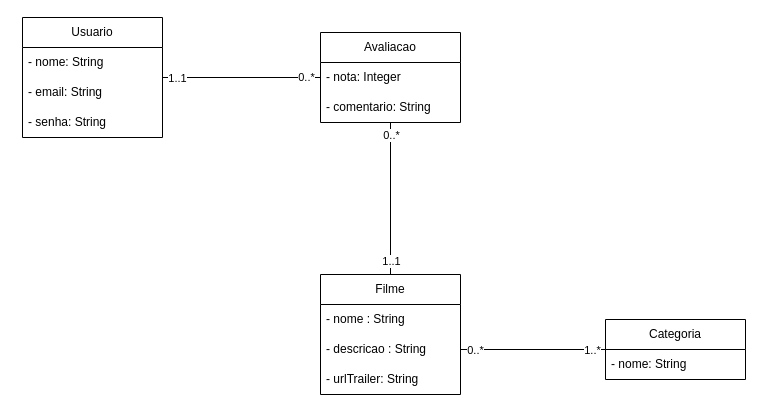
Before: betterboxd/docs/class-diagram.drawio in robsoncaliban/workshop-betterboxd, a draw.io diagram. Source tidied: cells renumbered, new cells numbered last; positions are measured from the earlier drawing's top-left corner, leaving out a move shared by most shapes. Both pictures are drawn from the tidied source at 100%, with x=0, y=0 at pixel (22, 17).
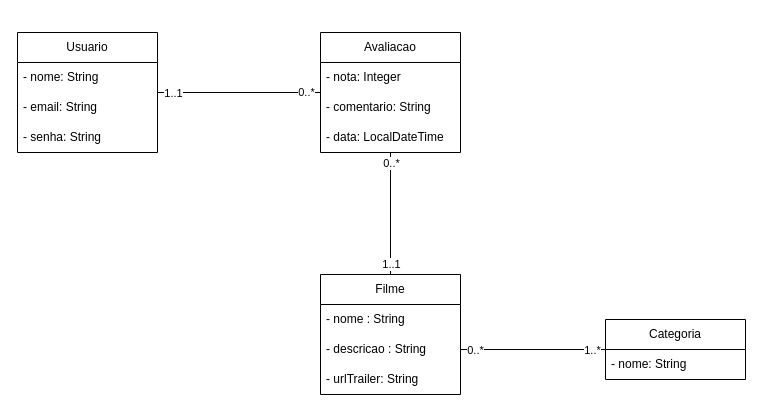
Above is the later version.

The edit, as a diff of the source:
```diff
@@
     <mxCell id="11" value="Avaliacao" style="swimlane;fontStyle=0;horizontal=1;startSize=30;whiteSpace=wrap;html=1;" parent="1" vertex="1">
-      <mxGeometry x="298" y="15" width="140" height="90" as="geometry" />
+      <mxGeometry x="298" y="15" width="140" height="120" as="geometry" />
     </mxCell>
@@
+    <mxCell id="24" value="- data: LocalDateTime" style="text;strokeColor=none;fillColor=none;align=left;verticalAlign=middle;spacingLeft=4;spacingRight=4;overflow=hidden;whiteSpace=wrap;html=1;" parent="11" vertex="1">
+      <mxGeometry y="90" width="140" height="30" as="geometry" />
+    </mxCell>
@@
     <mxCell id="17" value="Usuario" style="swimlane;fontStyle=0;horizontal=1;startSize=30;whiteSpace=wrap;html=1;" parent="1" vertex="1">
-      <mxGeometry width="140" height="120" as="geometry" />
+      <mxGeometry x="-5" y="15" width="140" height="120" as="geometry" />
     </mxCell>
```
